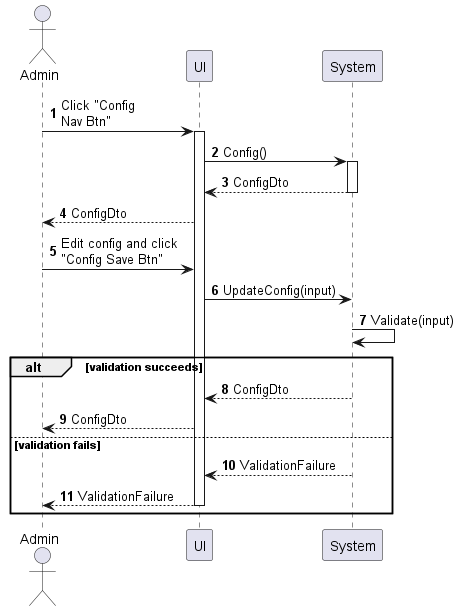
phihungha/scmss-reqs keeps this PlantUML diagram as sequences/config-manage.png. Above is the earlier version.
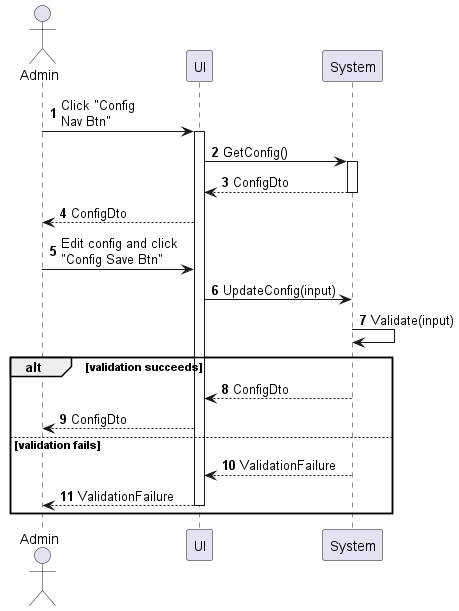
Above is the later version.

Change to the diagram source:
```diff
@@ -7,7 +7,7 @@
 
 a -> f : Click "Config\nNav Btn"
 activate f
-f -> b : Config()
+f -> b : GetConfig()
 activate b
 return ConfigDto
 f --> a : ConfigDto
```
